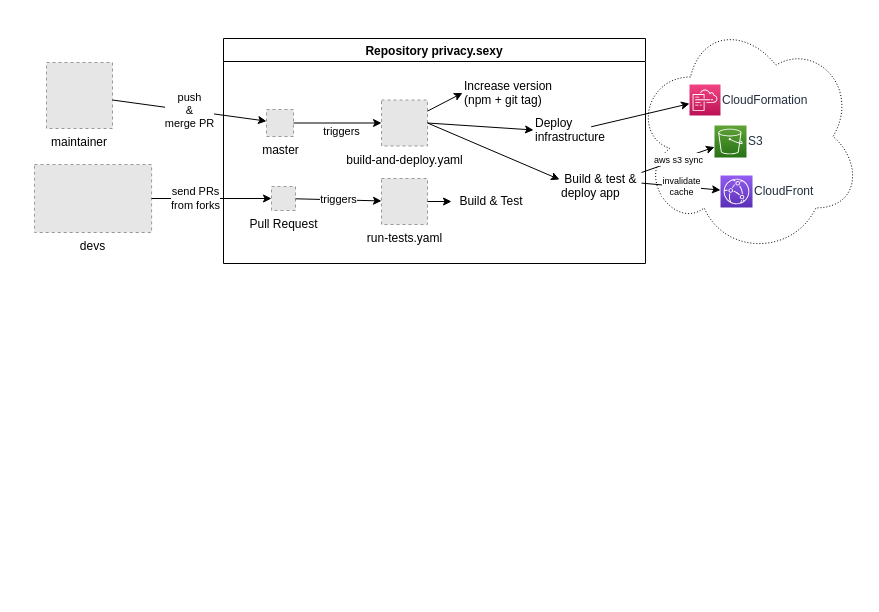
Before: docs/gitops.drawio in undergroundwires/privacy.sexy, a draw.io diagram. Source tidied: cells renumbered, new cells numbered last; positions are measured from the earlier drawing's top-left corner, leaving out a move shared by most shapes. Both pictures are drawn from the tidied source at 100%, with x=0, y=0 at pixel (34, 17). Pictures stored in the file or linked from it are replaced by grey dashed boxes.
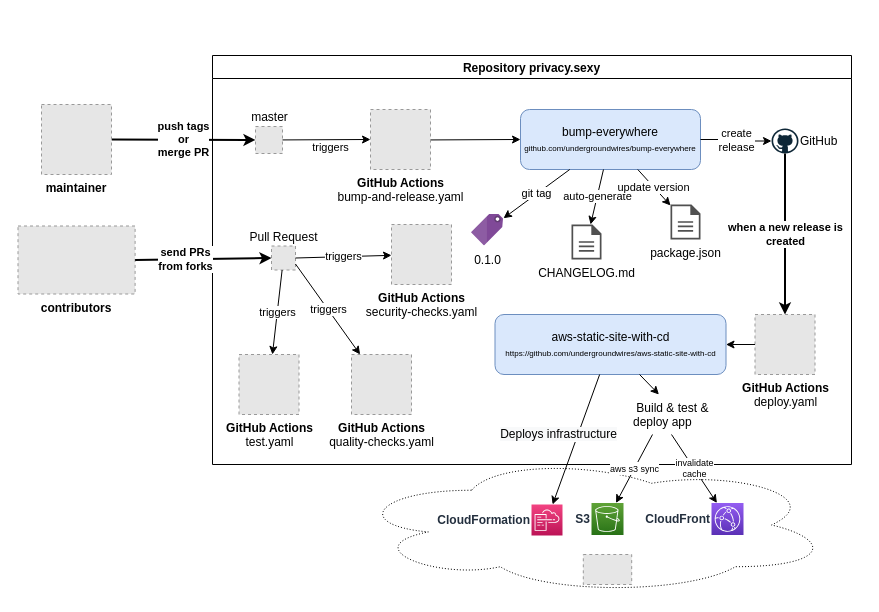
After the change.

The edit, as a diff of the source:
```diff
@@
     <mxCell id="2" value="Repository privacy.sexy" style="swimlane;" parent="1" vertex="1">
-      <mxGeometry x="189" y="21" width="422" height="225" as="geometry" />
+      <mxGeometry x="178" y="38" width="639" height="409" as="geometry" />
     </mxCell>
-    <mxCell id="3" value="master" style="fillColor=#E6E6E6;strokeColor=#999999;dashed=1;html=1;verticalAlign=top;verticalLabelPosition=bottom;labelBackgroundColor=#ffffff;labelPosition=center;align=center;" parent="2" vertex="1">
+    <mxCell id="3" value="master" style="fillColor=#E6E6E6;strokeColor=#999999;dashed=1;html=1;verticalAlign=bottom;verticalLabelPosition=top;labelBackgroundColor=#ffffff;labelPosition=center;align=center;" parent="2" vertex="1">
       <mxGeometry x="43" y="71" width="27" height="27" as="geometry" />
     </mxCell>
+    <mxCell id="29" style="endArrow=classic;html=1;exitX=1;exitY=0.5;exitDx=0;exitDy=0;entryX=0;entryY=0.5;entryDx=0;entryDy=0;" parent="2" edge="1" target="31">
+      <mxGeometry x="0.09" y="-8" relative="1" as="geometry">
+        <mxPoint x="204" y="84.5" as="sourcePoint" />
+      </mxGeometry>
+    </mxCell>
+    <mxCell id="30" value="&lt;b&gt;GitHub Actions&lt;br&gt;&lt;/b&gt;bump-and-release.yaml" style="fillColor=#E6E6E6;strokeColor=#999999;dashed=1;html=1;verticalAlign=top;verticalLabelPosition=bottom;labelBackgroundColor=#ffffff;labelPosition=center;align=center;" parent="2" vertex="1">
+      <mxGeometry x="158" y="54" width="60" height="60" as="geometry" />
+    </mxCell>
+    <mxCell id="6" value="triggers" style="endArrow=classic;html=1;entryX=0;entryY=0.5;entryDx=0;entryDy=0;" parent="2" edge="1" source="3" target="30">
+      <mxGeometry x="0.09" y="-8" relative="1" as="geometry" />
+    </mxCell>
+    <mxCell id="31" value="bump-everywhere&lt;br&gt;&lt;font style=&quot;font-size: 8px&quot;&gt;github.com/undergroundwires/bump-everywhere&lt;/font&gt;" style="rounded=1;whiteSpace=wrap;html=1;fillColor=#dae8fc;strokeColor=#6c8ebf;" parent="2" vertex="1">
+      <mxGeometry x="308" y="54" width="180" height="60" as="geometry" />
+    </mxCell>
+    <mxCell id="32" value="0.1.0" style="html=1;points=[];align=center;image;fontSize=12;image=img/lib/mscae/Tag.svg;" parent="2" vertex="1">
+      <mxGeometry x="259" y="158.5" width="32" height="32" as="geometry" />
+    </mxCell>
+    <mxCell id="33" value="git tag" style="rounded=0;jettySize=auto;html=1;" parent="2" edge="1" source="31" target="32">
+      <mxGeometry relative="1" as="geometry" />
+    </mxCell>
+    <mxCell id="34" value="CHANGELOG.md" style="shadow=0;dashed=0;html=1;strokeColor=none;fillColor=#505050;labelPosition=center;verticalLabelPosition=bottom;verticalAlign=top;outlineConnect=0;align=center;shape=mxgraph.office.concepts.document;" parent="2" vertex="1">
+      <mxGeometry x="359" y="169" width="30" height="35" as="geometry" />
+    </mxCell>
+    <mxCell id="35" value="auto-generate" style="rounded=0;jettySize=auto;html=1;" parent="2" edge="1" source="31" target="34">
+      <mxGeometry relative="1" as="geometry" />
+    </mxCell>
+    <mxCell id="36" value="package.json" style="shadow=0;dashed=0;html=1;strokeColor=none;fillColor=#505050;labelPosition=center;verticalLabelPosition=bottom;verticalAlign=top;outlineConnect=0;align=center;shape=mxgraph.office.concepts.document;" parent="2" vertex="1">
+      <mxGeometry x="458" y="149" width="30" height="35" as="geometry" />
+    </mxCell>
+    <mxCell id="37" value="update version" style="rounded=0;jettySize=auto;html=1;" parent="2" edge="1" source="31" target="36">
+      <mxGeometry relative="1" as="geometry" />
+    </mxCell>
+    <mxCell id="38" value="GitHub" style="dashed=0;outlineConnect=0;html=1;align=left;labelPosition=right;verticalLabelPosition=middle;verticalAlign=middle;shape=mxgraph.weblogos.github;" parent="2" vertex="1">
+      <mxGeometry x="559" y="73" width="27" height="25" as="geometry" />
+    </mxCell>
+    <mxCell id="39" value="create&lt;br&gt;release" style="edgeStyle=orthogonalEdgeStyle;rounded=0;jettySize=auto;html=1;" parent="2" edge="1" source="31" target="38">
+      <mxGeometry relative="1" as="geometry" />
+    </mxCell>
+    <mxCell id="40" value="when a new release is&lt;br&gt;created" style="endArrow=classic;html=1;fontStyle=1;strokeWidth=2;" parent="2" edge="1" source="38" target="41">
+      <mxGeometry relative="1" as="geometry" />
+    </mxCell>
+    <mxCell id="41" value="&lt;b&gt;GitHub Actions&lt;br&gt;&lt;/b&gt;deploy.yaml" style="fillColor=#E6E6E6;strokeColor=#999999;dashed=1;html=1;verticalAlign=top;verticalLabelPosition=bottom;labelBackgroundColor=#ffffff;labelPosition=center;align=center;" parent="2" vertex="1">
+      <mxGeometry x="542.5" y="259" width="60" height="60" as="geometry" />
+    </mxCell>
+    <mxCell id="42" value="&lt;font&gt;&lt;span style=&quot;font-size: 12px ; text-align: left&quot;&gt;aws-static-site-with-cd&lt;br&gt;&lt;/span&gt;&lt;span style=&quot;text-align: left&quot;&gt;&lt;font style=&quot;font-size: 8px&quot;&gt;https://github.com/undergroundwires/aws-static-site-with-cd&lt;/font&gt;&lt;/span&gt;&lt;br&gt;&lt;/font&gt;" style="rounded=1;whiteSpace=wrap;html=1;fillColor=#dae8fc;strokeColor=#6c8ebf;" parent="2" vertex="1">
+      <mxGeometry x="282.5" y="259" width="231" height="60" as="geometry" />
+    </mxCell>
+    <mxCell id="43" style="endArrow=classic;html=1;" parent="2" edge="1" source="41" target="42">
+      <mxGeometry x="0.09" y="-8" relative="1" as="geometry" />
+    </mxCell>
+    <mxCell id="15" value="&lt;span style=&quot;font-family: &amp;#34;helvetica&amp;#34; ; font-size: 12px ; font-style: normal ; font-weight: 400 ; letter-spacing: normal ; text-align: left ; text-indent: 0px ; text-transform: none ; word-spacing: 0px ; float: none ; display: inline&quot;&gt;&lt;span&gt;&amp;nbsp;&lt;/span&gt;Build &amp;amp; test &amp;amp;&lt;br&gt;deploy app&lt;/span&gt;" style="text;whiteSpace=wrap;html=1;" parent="2" vertex="1">
+      <mxGeometry x="419" y="339" width="82" height="28" as="geometry" />
+    </mxCell>
+    <mxCell id="44" style="endArrow=classic;html=1;" parent="2" edge="1" source="42" target="15">
+      <mxGeometry x="0.09" y="-8" relative="1" as="geometry" />
+    </mxCell>
-    <mxCell id="4" value="Pull Request" style="fillColor=#E6E6E6;strokeColor=#999999;dashed=1;html=1;verticalAlign=top;verticalLabelPosition=bottom;labelBackgroundColor=#ffffff;labelPosition=center;align=center;" parent="2" vertex="1">
-      <mxGeometry x="48" y="148" width="24" height="24" as="geometry" />
+    <mxCell id="4" value="Pull Request" style="fillColor=#E6E6E6;strokeColor=#999999;dashed=1;html=1;verticalAlign=bottom;verticalLabelPosition=top;labelBackgroundColor=#ffffff;labelPosition=center;align=center;" parent="2" vertex="1">
+      <mxGeometry x="59" y="190.5" width="24" height="24" as="geometry" />
     </mxCell>
-    <mxCell id="5" value="build-and-deploy.yaml" style="fillColor=#E6E6E6;strokeColor=#999999;dashed=1;html=1;verticalAlign=top;verticalLabelPosition=bottom;labelBackgroundColor=#ffffff;align=center;" parent="2" vertex="1">
-      <mxGeometry x="158" y="61.5" width="46" height="46" as="geometry" />
-    </mxCell>
-    <mxCell id="6" value="triggers" style="endArrow=classic;html=1;entryX=0;entryY=0.5;entryDx=0;entryDy=0;" parent="2" edge="1" source="3" target="5">
-      <mxGeometry x="0.09" y="-8" relative="1" as="geometry" />
-    </mxCell>
-    <mxCell id="7" value="&lt;font&gt;&lt;br&gt;&lt;/font&gt;" style="text;html=1;strokeColor=none;fillColor=none;align=left;verticalAlign=middle;whiteSpace=wrap;rounded=0;" parent="2" vertex="1">
-      <mxGeometry x="241" y="74" width="187" height="20" as="geometry" />
-    </mxCell>
-    <mxCell id="8" style="endArrow=classic;html=1;entryX=0;entryY=0.75;entryDx=0;entryDy=0;" parent="2" edge="1" source="5" target="13">
-      <mxGeometry x="0.09" y="-8" relative="1" as="geometry" />
-    </mxCell>
-    <mxCell id="9" value="run-tests.yaml" style="fillColor=#E6E6E6;strokeColor=#999999;dashed=1;html=1;verticalAlign=top;verticalLabelPosition=bottom;labelBackgroundColor=#ffffff;align=center;" parent="2" vertex="1">
-      <mxGeometry x="158" y="140" width="46" height="46" as="geometry" />
-    </mxCell>
-    <mxCell id="10" value="triggers" style="endArrow=classic;html=1;" parent="2" edge="1" source="4" target="9">
+    <mxCell id="10" value="triggers" style="endArrow=classic;html=1;" parent="2" edge="1" source="4" target="45">
       <mxGeometry relative="1" as="geometry" />
     </mxCell>
-    <mxCell id="11" value="Build &amp;amp; Test" style="text;html=1;strokeColor=none;fillColor=none;align=center;verticalAlign=middle;whiteSpace=wrap;rounded=0;" parent="2" vertex="1">
-      <mxGeometry x="228" y="153" width="80" height="20" as="geometry" />
-    </mxCell>
-    <mxCell id="12" style="endArrow=classic;html=1;exitX=1;exitY=0.5;exitDx=0;exitDy=0;entryX=0;entryY=0.5;entryDx=0;entryDy=0;" parent="2" edge="1" source="9" target="11">
-      <mxGeometry x="0.09" y="-8" relative="1" as="geometry" />
-    </mxCell>
-    <mxCell id="13" value="&lt;span style=&quot;font-family: &amp;#34;helvetica&amp;#34; ; font-size: 12px ; font-style: normal ; font-weight: 400 ; letter-spacing: normal ; text-align: left ; text-indent: 0px ; text-transform: none ; word-spacing: 0px ; float: none ; display: inline&quot;&gt;Increase version&lt;br&gt;(npm + git tag)&lt;/span&gt;" style="text;whiteSpace=wrap;html=1;" parent="2" vertex="1">
-      <mxGeometry x="239" y="33.5" width="97" height="28" as="geometry" />
-    </mxCell>
-    <mxCell id="14" value="&lt;span style=&quot;font-family: helvetica; font-size: 12px; font-style: normal; font-variant-ligatures: normal; font-variant-caps: normal; font-weight: 400; letter-spacing: normal; orphans: 2; text-align: left; text-indent: 0px; text-transform: none; widows: 2; word-spacing: 0px; -webkit-text-stroke-width: 0px; text-decoration-style: initial; text-decoration-color: initial; float: none; display: inline !important;&quot;&gt;Deploy infrastructure&lt;/span&gt;" style="text;whiteSpace=wrap;html=1;" parent="2" vertex="1">
-      <mxGeometry x="310" y="70.5" width="58" height="28" as="geometry" />
-    </mxCell>
-    <mxCell id="15" value="&lt;span style=&quot;font-family: &amp;#34;helvetica&amp;#34; ; font-size: 12px ; font-style: normal ; font-weight: 400 ; letter-spacing: normal ; text-align: left ; text-indent: 0px ; text-transform: none ; word-spacing: 0px ; float: none ; display: inline&quot;&gt;&lt;span&gt;&amp;nbsp;&lt;/span&gt;Build &amp;amp; test &amp;amp;&lt;br&gt;deploy app&lt;/span&gt;" style="text;whiteSpace=wrap;html=1;" parent="2" vertex="1">
-      <mxGeometry x="336" y="127" width="82" height="28" as="geometry" />
-    </mxCell>
-    <mxCell id="16" style="endArrow=classic;html=1;entryX=0;entryY=0.75;entryDx=0;entryDy=0;exitX=1;exitY=0.5;exitDx=0;exitDy=0;" parent="2" edge="1" source="5" target="14">
-      <mxGeometry x="0.09" y="-8" relative="1" as="geometry" />
-    </mxCell>
-    <mxCell id="17" style="endArrow=classic;html=1;entryX=0;entryY=0.5;entryDx=0;entryDy=0;exitX=1;exitY=0.5;exitDx=0;exitDy=0;" parent="2" edge="1" source="5" target="15">
-      <mxGeometry x="0.09" y="-8" relative="1" as="geometry" />
-    </mxCell>
+    <mxCell id="45" value="&lt;b&gt;GitHub Actions&lt;br&gt;&lt;/b&gt;test.yaml" style="fillColor=#E6E6E6;strokeColor=#999999;dashed=1;html=1;verticalAlign=top;verticalLabelPosition=bottom;labelBackgroundColor=#ffffff;labelPosition=center;align=center;" parent="2" vertex="1">
+      <mxGeometry x="26.5" y="299" width="60" height="60" as="geometry" />
+    </mxCell>
+    <mxCell id="46" value="&lt;b&gt;GitHub Actions&lt;br&gt;&lt;/b&gt;security-checks.yaml" style="fillColor=#E6E6E6;strokeColor=#999999;dashed=1;html=1;verticalAlign=top;verticalLabelPosition=bottom;labelBackgroundColor=#ffffff;labelPosition=center;align=center;" parent="2" vertex="1">
+      <mxGeometry x="179" y="169" width="60" height="60" as="geometry" />
+    </mxCell>
+    <mxCell id="47" value="&lt;b&gt;GitHub Actions&lt;br&gt;&lt;/b&gt;quality-checks.yaml" style="fillColor=#E6E6E6;strokeColor=#999999;dashed=1;html=1;verticalAlign=top;verticalLabelPosition=bottom;labelBackgroundColor=#ffffff;labelPosition=center;align=center;" parent="2" vertex="1">
+      <mxGeometry x="139" y="299" width="60" height="60" as="geometry" />
+    </mxCell>
+    <mxCell id="48" value="triggers" style="endArrow=classic;html=1;exitX=1;exitY=0.5;exitDx=0;exitDy=0;" parent="2" edge="1" source="4" target="46">
+      <mxGeometry relative="1" as="geometry" />
+    </mxCell>
+    <mxCell id="49" value="triggers" style="endArrow=classic;html=1;exitX=1;exitY=0.75;exitDx=0;exitDy=0;" parent="2" edge="1" source="4" target="47">
+      <mxGeometry relative="1" as="geometry" />
+    </mxCell>
+    <mxCell id="19" value="push tags&lt;br&gt;or&lt;br&gt;merge PR" style="endArrow=classic;html=1;fontStyle=1;strokeWidth=2;" parent="1" edge="1" source="18" target="3">
+      <mxGeometry relative="1" as="geometry" />
+    </mxCell>
-    <mxCell id="18" value="maintainer" style="fillColor=#E6E6E6;strokeColor=#999999;dashed=1;verticalLabelPosition=bottom;labelBackgroundColor=#ffffff;verticalAlign=top;" parent="1" vertex="1">
-      <mxGeometry x="12" y="45" width="66" height="66" as="geometry" />
+    <mxCell id="18" value="maintainer" style="fillColor=#E6E6E6;strokeColor=#999999;dashed=1;verticalLabelPosition=bottom;labelBackgroundColor=#ffffff;verticalAlign=top;labelPosition=center;align=center;fontStyle=1;fontSize=12;" parent="1" vertex="1">
+      <mxGeometry x="7" y="87" width="70" height="70" as="geometry" />
     </mxCell>
-    <mxCell id="19" value="push&lt;br&gt;&amp;amp;&lt;br&gt;merge PR" style="endArrow=classic;html=1;" parent="1" edge="1" source="18" target="3">
-      <mxGeometry relative="1" as="geometry" />
-    </mxCell>
-    <mxCell id="20" value="devs" style="fillColor=#E6E6E6;strokeColor=#999999;dashed=1;verticalLabelPosition=bottom;labelBackgroundColor=#ffffff;verticalAlign=top;" parent="1" vertex="1">
-      <mxGeometry y="147" width="117.1" height="68" as="geometry" />
-    </mxCell>
+    <mxCell id="50" value="contributors" style="fillColor=#E6E6E6;strokeColor=#999999;dashed=1;verticalLabelPosition=bottom;labelBackgroundColor=#ffffff;verticalAlign=top;fontStyle=1;" parent="1" vertex="1">
+      <mxGeometry x="-16.5" y="208.5" width="117.1" height="68" as="geometry" />
+    </mxCell>
-    <mxCell id="21" value="send PRs&lt;br&gt;from forks" style="endArrow=classic;html=1;exitX=1;exitY=0.5;exitDx=0;exitDy=0;entryX=0;entryY=0.5;entryDx=0;entryDy=0;" parent="1" edge="1" source="20" target="4">
+    <mxCell id="21" value="send PRs&lt;br&gt;from forks" style="endArrow=classic;html=1;exitX=1;exitY=0.5;exitDx=0;exitDy=0;entryX=0;entryY=0.5;entryDx=0;entryDy=0;fontStyle=1;strokeWidth=2;" parent="1" edge="1" source="50" target="4">
       <mxGeometry x="-0.27" relative="1" as="geometry" />
     </mxCell>
-    <mxCell id="22" style="ellipse;shape=cloud;whiteSpace=wrap;html=1;dashed=1;dashPattern=1 2;align=center;" parent="1" vertex="1">
-      <mxGeometry x="599" width="228" height="238" as="geometry" />
-    </mxCell>
+    <mxCell id="51" style="ellipse;shape=cloud;whiteSpace=wrap;html=1;dashed=1;dashPattern=1 2;align=center;" parent="1" vertex="1">
+      <mxGeometry x="317" y="438" width="480" height="139" as="geometry" />
+    </mxCell>
+    <mxCell id="24" value="CloudFormation" style="outlineConnect=0;fontColor=#232F3E;gradientColor=#F34482;gradientDirection=north;fillColor=#BC1356;strokeColor=#ffffff;dashed=0;verticalLabelPosition=middle;verticalAlign=middle;align=right;html=1;fontSize=12;fontStyle=1;shape=mxgraph.aws4.resourceIcon;resIcon=mxgraph.aws4.cloudformation;dashPattern=1 2;labelPosition=left;" parent="1" vertex="1">
+      <mxGeometry x="497" y="487" width="31" height="31" as="geometry" />
+    </mxCell>
-    <mxCell id="23" value="S3" style="outlineConnect=0;fontColor=#232F3E;gradientColor=#60A337;gradientDirection=north;fillColor=#277116;strokeColor=#ffffff;dashed=0;verticalLabelPosition=middle;verticalAlign=middle;align=left;html=1;fontSize=12;fontStyle=0;shape=mxgraph.aws4.resourceIcon;resIcon=mxgraph.aws4.s3;dashPattern=1 2;labelPosition=right;" parent="1" vertex="1">
-      <mxGeometry x="680" y="108" width="32" height="32" as="geometry" />
+    <mxCell id="23" value="S3" style="outlineConnect=0;fontColor=#232F3E;gradientColor=#60A337;gradientDirection=north;fillColor=#277116;strokeColor=#ffffff;dashed=0;verticalLabelPosition=middle;verticalAlign=middle;align=right;html=1;fontSize=12;fontStyle=1;shape=mxgraph.aws4.resourceIcon;resIcon=mxgraph.aws4.s3;dashPattern=1 2;labelPosition=left;" parent="1" vertex="1">
+      <mxGeometry x="557" y="485.5" width="32" height="32" as="geometry" />
     </mxCell>
-    <mxCell id="24" value="CloudFormation" style="outlineConnect=0;fontColor=#232F3E;gradientColor=#F34482;gradientDirection=north;fillColor=#BC1356;strokeColor=#ffffff;dashed=0;verticalLabelPosition=middle;verticalAlign=middle;align=left;html=1;fontSize=12;fontStyle=0;shape=mxgraph.aws4.resourceIcon;resIcon=mxgraph.aws4.cloudformation;dashPattern=1 2;labelPosition=right;" parent="1" vertex="1">
-      <mxGeometry x="655" y="67" width="31" height="31" as="geometry" />
-    </mxCell>
-    <mxCell id="25" value="CloudFront" style="outlineConnect=0;fontColor=#232F3E;gradientColor=#945DF2;gradientDirection=north;fillColor=#5A30B5;strokeColor=#ffffff;dashed=0;verticalLabelPosition=middle;verticalAlign=middle;align=left;html=1;fontSize=12;fontStyle=0;shape=mxgraph.aws4.resourceIcon;resIcon=mxgraph.aws4.cloudfront;dashPattern=1 2;labelPosition=right;" parent="1" vertex="1">
-      <mxGeometry x="686" y="158" width="32" height="32" as="geometry" />
+    <mxCell id="25" value="CloudFront" style="outlineConnect=0;fontColor=#232F3E;gradientColor=#945DF2;gradientDirection=north;fillColor=#5A30B5;strokeColor=#ffffff;dashed=0;verticalLabelPosition=middle;verticalAlign=middle;align=right;html=1;fontSize=12;fontStyle=1;shape=mxgraph.aws4.resourceIcon;resIcon=mxgraph.aws4.cloudfront;dashPattern=1 2;labelPosition=left;" parent="1" vertex="1">
+      <mxGeometry x="677" y="485.5" width="32" height="32" as="geometry" />
     </mxCell>
-    <mxCell id="26" style="endArrow=classic;html=1;exitX=0.995;exitY=0.635;exitDx=0;exitDy=0;exitPerimeter=0;" parent="1" edge="1" source="14" target="24">
-      <mxGeometry relative="1" as="geometry" />
-    </mxCell>
+    <mxCell id="52" value="&lt;span style=&quot;font-family: &amp;#34;helvetica&amp;#34; ; font-size: 12px ; text-align: left ; background-color: rgb(248 , 249 , 250)&quot;&gt;Deploys infrastructure&lt;/span&gt;" style="endArrow=classic;html=1;" parent="1" edge="1" source="42" target="24">
+      <mxGeometry x="0.01" y="-18" relative="1" as="geometry" />
+    </mxCell>
-    <mxCell id="27" value="&lt;font style=&quot;font-size: 9px&quot;&gt;aws s3 sync&lt;/font&gt;" style="endArrow=classic;html=1;exitX=1;exitY=0.25;exitDx=0;exitDy=0;" parent="1" edge="1" source="15" target="23">
-      <mxGeometry relative="1" as="geometry" />
+    <mxCell id="27" value="&lt;font style=&quot;font-size: 9px&quot;&gt;aws s3 sync&lt;/font&gt;" style="endArrow=classic;html=1;" parent="1" edge="1" target="23">
+      <mxGeometry relative="1" as="geometry">
+        <mxPoint x="618" y="417" as="sourcePoint" />
+      </mxGeometry>
     </mxCell>
-    <mxCell id="28" value="invalidate&lt;br style=&quot;font-size: 9px;&quot;&gt;cache" style="endArrow=classic;html=1;fontSize=9;" parent="1" edge="1" source="15" target="25">
-      <mxGeometry relative="1" as="geometry" />
+    <mxCell id="28" value="invalidate&lt;br style=&quot;font-size: 9px;&quot;&gt;cache" style="endArrow=classic;html=1;fontSize=9;" parent="1" edge="1" target="25">
+      <mxGeometry relative="1" as="geometry">
+        <mxPoint x="637" y="417" as="sourcePoint" />
+      </mxGeometry>
     </mxCell>
+    <mxCell id="53" style="fillColor=#E6E6E6;strokeColor=#999999;dashed=1;verticalLabelPosition=bottom;labelBackgroundColor=#ffffff;verticalAlign=top;" parent="1" vertex="1">
+      <mxGeometry x="548.8" y="537" width="48.4" height="30" as="geometry" />
+    </mxCell>
```
